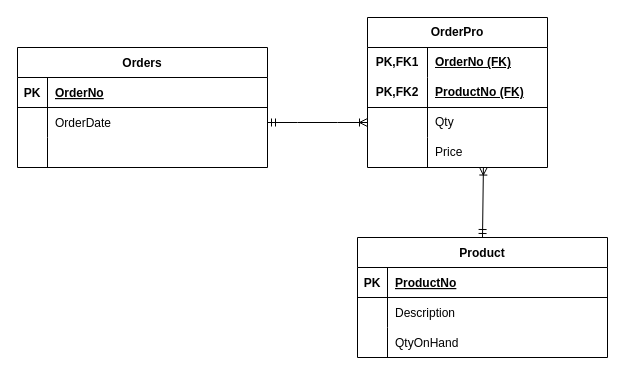
This is Database2.3.drawio from lo0109/lo0109, a draw.io file, before an edit. Source tidied: cells renumbered, new cells numbered last; positions are measured from the earlier drawing's top-left corner, leaving out a move shared by most shapes. Both pictures are drawn from the tidied source at 100%, with x=0, y=0 at pixel (17, 17).
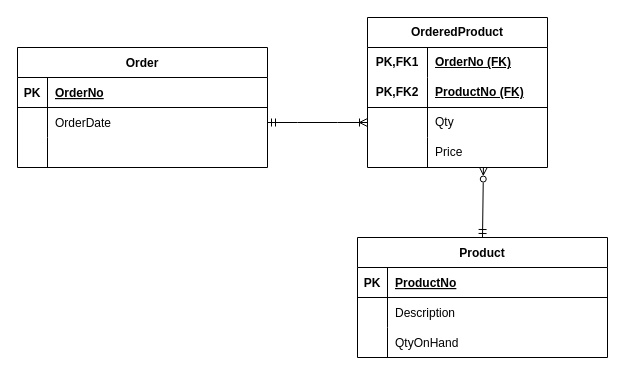
Above is the later version.

Unchanged cells that the change refers to:
```xml
<mxCell id="12" value="Product" style="shape=table;startSize=30;childLayout=tableLayout;rowLines=0;fontStyle=1;align=center;" parent="1" vertex="1">
  <mxGeometry x="340" y="220" width="250" height="120" as="geometry" />
</mxCell>
<mxCell id="34" style="shape=tableRow;horizontal=0;startSize=0;swimlaneHead=0;swimlaneBody=0;fillColor=none;points=[[0,0.5],[1,0.5]];portConstraint=eastwest;top=0;left=0;right=0;bottom=0;html=1;" parent="24" vertex="1">
  <mxGeometry y="120" width="180" height="30" as="geometry" />
</mxCell>
```

Change to the diagram source:
```diff
@@
-    <mxCell id="2" value="Orders" style="shape=table;startSize=30;childLayout=tableLayout;rowLines=0;fontStyle=1;align=center;" parent="1" vertex="1">
+    <mxCell id="2" value="Order" style="shape=table;startSize=30;childLayout=tableLayout;rowLines=0;fontStyle=1;align=center;" parent="1" vertex="1">
       <mxGeometry y="30" width="250" height="120" as="geometry" />
     </mxCell>
@@
-    <mxCell id="23" style="fontSize=12;html=1;endArrow=ERoneToMany;startArrow=ERmandOne;rounded=0;exitX=0.5;exitY=0;exitDx=0;exitDy=0;entryX=0.644;entryY=0.985;entryDx=0;entryDy=0;entryPerimeter=0;" parent="1" edge="1" source="12" target="34">
+    <mxCell id="23" style="fontSize=12;html=1;endArrow=ERzeroToMany;startArrow=ERmandOne;rounded=0;exitX=0.5;exitY=0;exitDx=0;exitDy=0;entryX=0.644;entryY=0.985;entryDx=0;entryDy=0;entryPerimeter=0;endFill=0;" parent="1" edge="1" source="12" target="34">
       <mxGeometry relative="1" as="geometry" />
     </mxCell>
-    <mxCell id="24" value="OrderPro" style="shape=table;startSize=30;childLayout=tableLayout;rowLines=0;fontStyle=1;align=center;html=1;whiteSpace=wrap;" parent="1" vertex="1">
+    <mxCell id="24" value="OrderedProduct" style="shape=table;startSize=30;childLayout=tableLayout;rowLines=0;fontStyle=1;align=center;html=1;whiteSpace=wrap;" parent="1" vertex="1">
       <mxGeometry x="350" width="180" height="150" as="geometry" />
     </mxCell>
```
